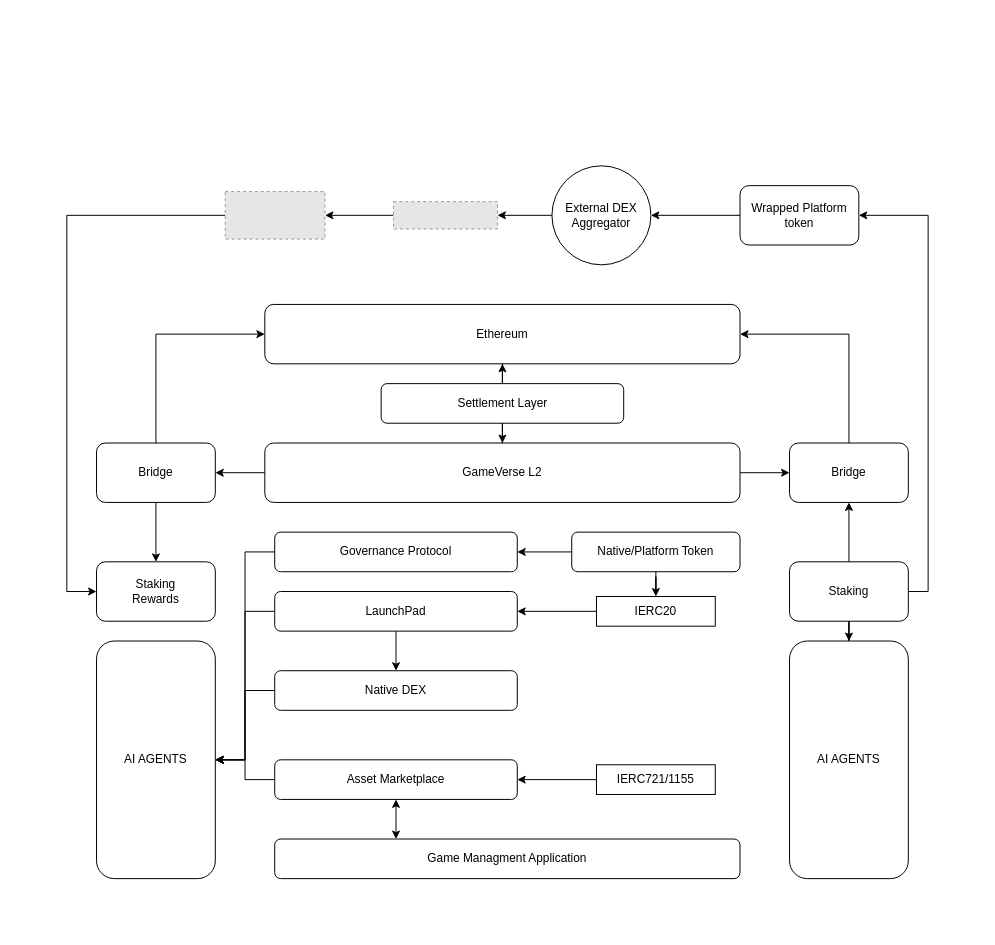
Earlier version of the draw.io diagram GameVerse.drawio (ali-05-ahmed/Concept-Diagrams). Source tidied: cells renumbered, new cells numbered last; positions are measured from the earlier drawing's top-left corner, leaving out a move shared by most shapes. Both pictures are drawn from the tidied source at 99%, with x=0, y=0 at pixel (66, 165). Pictures stored in the file or linked from it are replaced by grey dashed boxes.
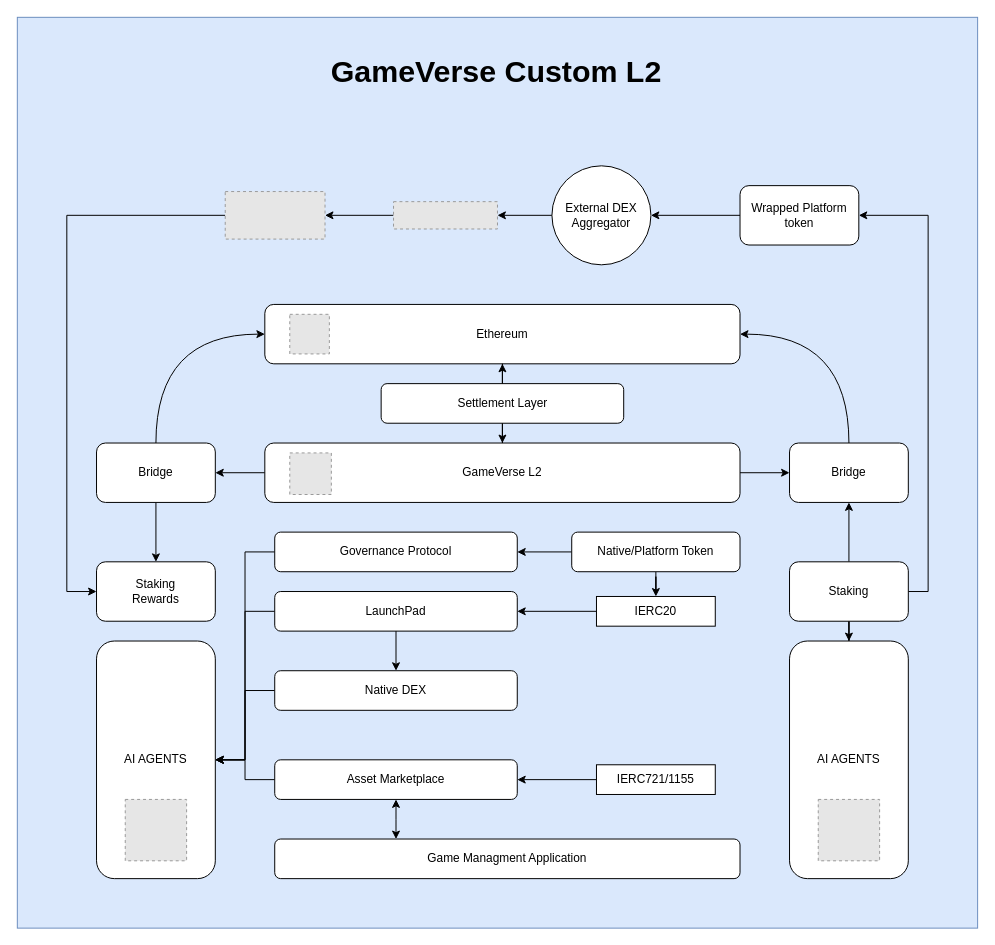
The same diagram, later.

The change refers to these unchanged cells:
```xml
<mxCell id="5" value="Ethereum" style="rounded=1;whiteSpace=wrap;html=1;" parent="1" vertex="1">
  <mxGeometry x="200" y="140" width="480" height="60" as="geometry" />
</mxCell>
<mxCell id="7" value="Bridge" style="rounded=1;whiteSpace=wrap;html=1;" parent="1" vertex="1">
  <mxGeometry x="730" y="280" width="120" height="60" as="geometry" />
</mxCell>
<mxCell id="23" value="Bridge" style="rounded=1;whiteSpace=wrap;html=1;" parent="1" vertex="1">
  <mxGeometry x="30" y="280" width="120" height="60" as="geometry" />
</mxCell>
```

The edit, as a diff of the source:
```diff
@@
+    <mxCell id="47" style="rounded=0;whiteSpace=wrap;html=1;fillColor=#dae8fc;strokeColor=#6c8ebf;" parent="1" vertex="1">
+      <mxGeometry x="-50" y="-150" width="970" height="920" as="geometry" />
+    </mxCell>
@@
-    <mxCell id="6" style="edgeStyle=orthogonalEdgeStyle;rounded=0;jettySize=auto;html=1;entryX=1;entryY=0.5;entryDx=0;entryDy=0;" parent="1" edge="1" source="7" target="5">
+    <mxCell id="6" style="edgeStyle=orthogonalEdgeStyle;rounded=0;jettySize=auto;html=1;entryX=1;entryY=0.5;entryDx=0;entryDy=0;curved=1;" parent="1" edge="1" source="7" target="5">
       <mxGeometry relative="1" as="geometry">
         <Array as="points">
           <mxPoint x="790" y="170" />
         </Array>
       </mxGeometry>
     </mxCell>
@@
-    <mxCell id="22" style="edgeStyle=orthogonalEdgeStyle;rounded=0;jettySize=auto;html=1;entryX=0;entryY=0.5;entryDx=0;entryDy=0;" parent="1" edge="1" source="23" target="5">
+    <mxCell id="22" style="edgeStyle=orthogonalEdgeStyle;rounded=0;jettySize=auto;html=1;entryX=0;entryY=0.5;entryDx=0;entryDy=0;curved=1;" parent="1" edge="1" source="23" target="5">
       <mxGeometry relative="1" as="geometry">
         <Array as="points">
           <mxPoint x="90" y="170" />
         </Array>
       </mxGeometry>
     </mxCell>
@@
+    <mxCell id="48" value="&lt;b style=&quot;font-weight:normal;&quot; id=&quot;docs-internal-guid-866513f7-7fff-3db3-85d0-8d9fd93c1c82&quot;&gt;&lt;span style=&quot;font-size: 23pt; font-family: Arial, sans-serif; color: rgb(0, 0, 0); background-color: transparent; font-weight: 700; font-style: normal; font-variant: normal; text-decoration: none; vertical-align: baseline; white-space: pre-wrap;&quot;&gt;GameVerse &lt;/span&gt;&lt;/b&gt;&lt;span id=&quot;docs-internal-guid-a686ddf6-7fff-62c6-3b3d-a6190a710bba&quot;&gt;&lt;span style=&quot;font-size: 23pt; font-family: Arial, sans-serif; background-color: transparent; font-weight: 700; font-variant-numeric: normal; font-variant-east-asian: normal; font-variant-alternates: normal; font-variant-position: normal; font-variant-emoji: normal; vertical-align: baseline; white-space-collapse: preserve;&quot;&gt;Custom L2&lt;/span&gt;&lt;/span&gt;" style="text;whiteSpace=wrap;html=1;" parent="1" vertex="1">
+      <mxGeometry x="265.2" y="-120" width="339.6" height="60" as="geometry" />
+    </mxCell>
+    <mxCell id="49" style="fillColor=#E6E6E6;strokeColor=#999999;dashed=1;verticalLabelPosition=bottom;labelBackgroundColor=default;verticalAlign=top;" parent="1" vertex="1">
+      <mxGeometry x="59" y="640" width="62" height="62" as="geometry" />
+    </mxCell>
+    <mxCell id="50" style="fillColor=#E6E6E6;strokeColor=#999999;dashed=1;verticalLabelPosition=bottom;labelBackgroundColor=default;verticalAlign=top;" parent="1" vertex="1">
+      <mxGeometry x="759" y="640" width="62" height="62" as="geometry" />
+    </mxCell>
+    <mxCell id="51" style="fillColor=#E6E6E6;strokeColor=#999999;dashed=1;verticalLabelPosition=bottom;labelBackgroundColor=default;verticalAlign=top;" parent="1" vertex="1">
+      <mxGeometry x="225.2" y="150" width="40" height="40" as="geometry" />
+    </mxCell>
+    <mxCell id="52" style="fillColor=#E6E6E6;strokeColor=#999999;dashed=1;verticalLabelPosition=bottom;labelBackgroundColor=default;verticalAlign=top;" parent="1" vertex="1">
+      <mxGeometry x="225.2" y="290" width="42" height="42" as="geometry" />
+    </mxCell>
```
